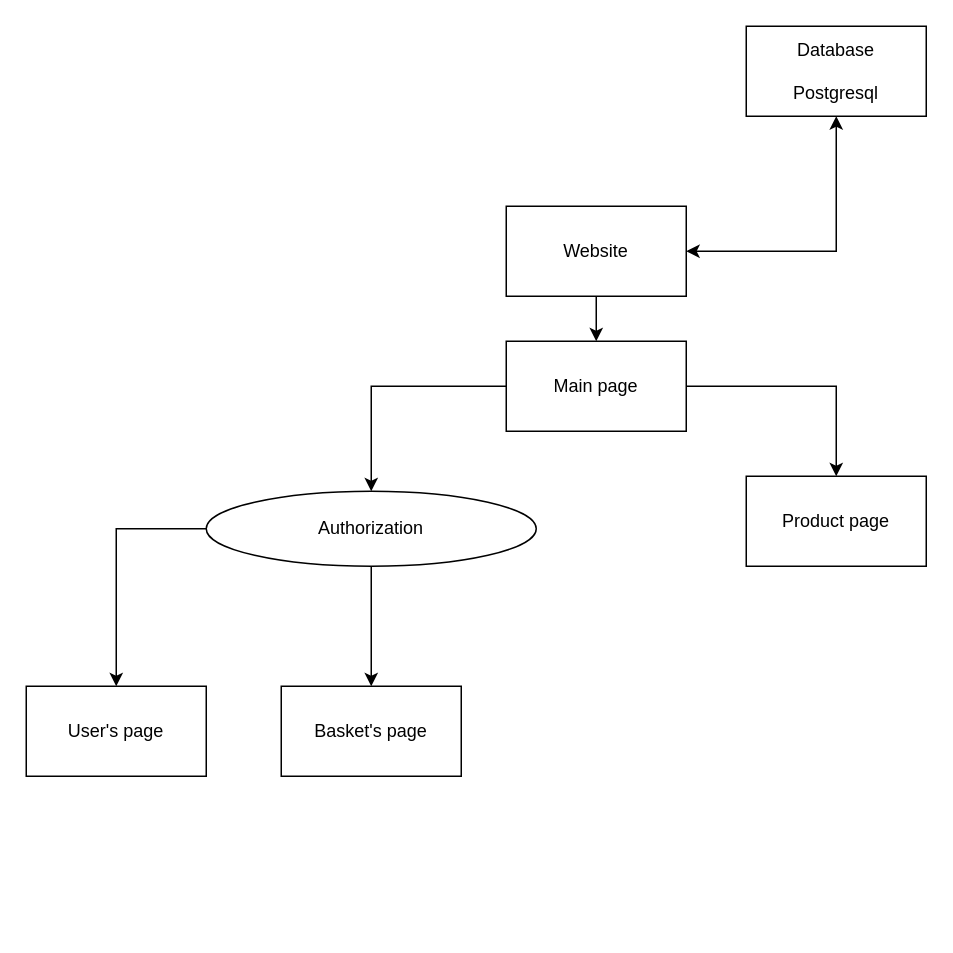
The draw.io diagram page "Map" (1 of 3) of Withcer_map.drawio in DemonMaike/dj_shop_the_withcer, before the edit. Source tidied: cells renumbered, new cells numbered last; positions are measured from the earlier drawing's top-left corner, leaving out a move shared by most shapes. Both pictures are drawn from the tidied source at 150%, with x=0, y=0 at pixel (26, 26).
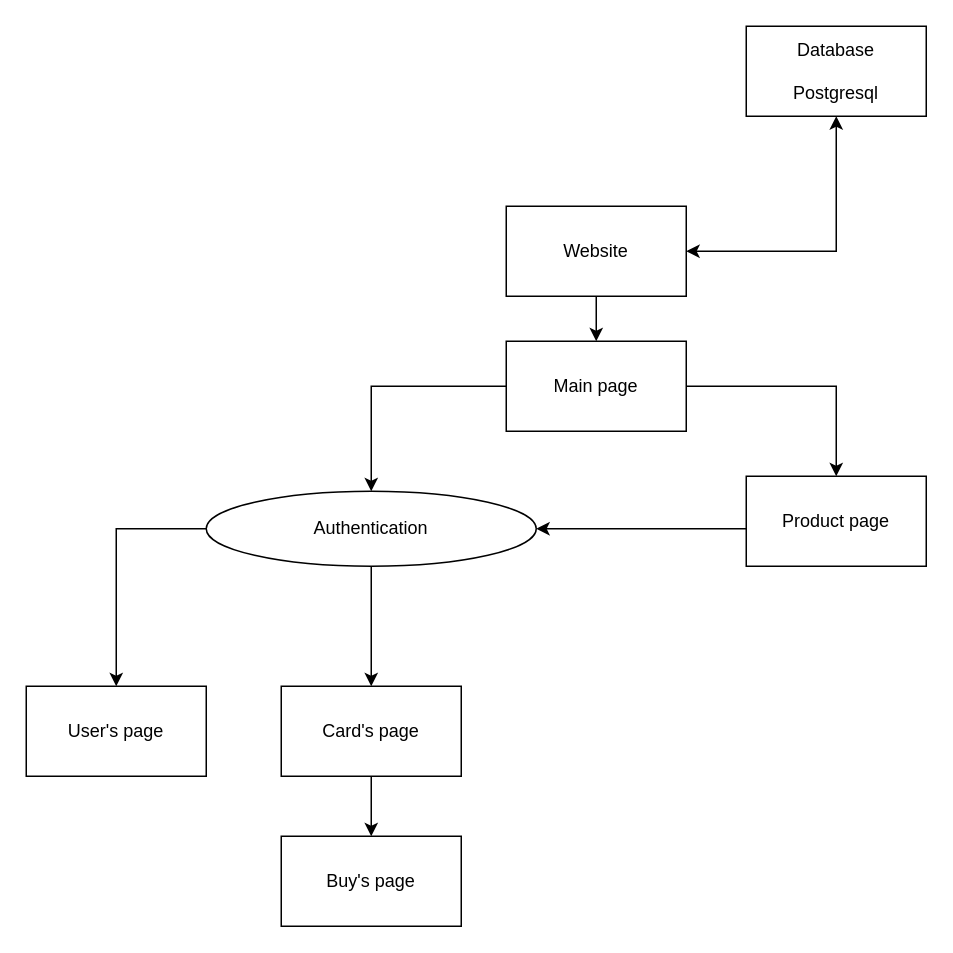
The same page after the edit.

The change refers to these unchanged cells:
```xml
<mxCell id="9" value="Product page" style="rounded=0;whiteSpace=wrap;html=1;" parent="1" vertex="1">
  <mxGeometry x="480" y="300" width="120" height="60" as="geometry" />
</mxCell>
```

The edit, as a diff of the source:
```diff
@@
+    <mxCell id="15" style="edgeStyle=orthogonalEdgeStyle;rounded=0;jettySize=auto;html=1;entryX=0.5;entryY=0;entryDx=0;entryDy=0;" parent="1" edge="1" source="8" target="17">
+      <mxGeometry relative="1" as="geometry" />
+    </mxCell>
-    <mxCell id="8" value="Basket's page" style="rounded=0;whiteSpace=wrap;html=1;" parent="1" vertex="1">
+    <mxCell id="8" value="Card's page" style="rounded=0;whiteSpace=wrap;html=1;" parent="1" vertex="1">
       <mxGeometry x="170" y="440" width="120" height="60" as="geometry" />
     </mxCell>
+    <mxCell id="16" style="edgeStyle=orthogonalEdgeStyle;rounded=0;jettySize=auto;html=1;entryX=1;entryY=0.5;entryDx=0;entryDy=0;" parent="1" edge="1" source="9" target="14">
+      <mxGeometry relative="1" as="geometry">
+        <Array as="points">
+          <mxPoint x="440" y="335" />
+          <mxPoint x="440" y="335" />
+        </Array>
+      </mxGeometry>
+    </mxCell>
@@
-    <mxCell id="14" value="Authorization" style="ellipse;whiteSpace=wrap;html=1;" parent="1" vertex="1">
+    <mxCell id="14" value="&lt;span class=&quot;ILfuVd&quot; lang=&quot;en&quot;&gt;&lt;span class=&quot;hgKElc&quot;&gt;Authentication &lt;/span&gt;&lt;/span&gt;" style="ellipse;whiteSpace=wrap;html=1;" parent="1" vertex="1">
       <mxGeometry x="120" y="310" width="220" height="50" as="geometry" />
     </mxCell>
+    <mxCell id="17" value="Buy's page" style="rounded=0;whiteSpace=wrap;html=1;" parent="1" vertex="1">
+      <mxGeometry x="170" y="540" width="120" height="60" as="geometry" />
+    </mxCell>
```
